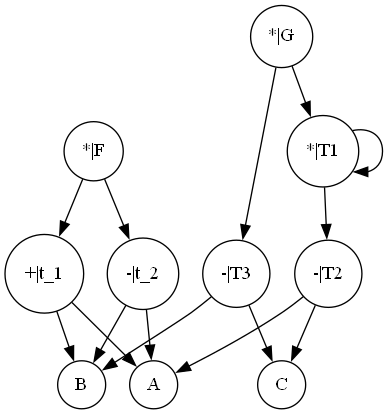
Above: DAG/visible.gv.png in hutao99/compiler (Graphviz), before the change. Its source is kept beside it as DAG/visible.gv.
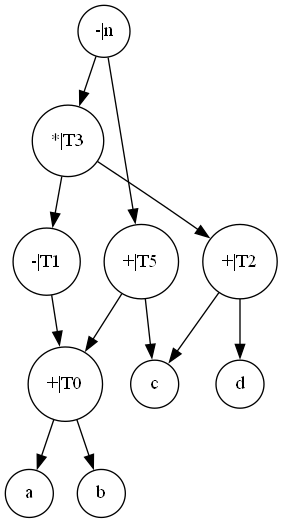
Above is the later version.

The edit, as a diff of the source:
```diff
@@ -1,27 +1,24 @@
 digraph "./DAG/visible" {
 	node [color=black shape=circle size="20,5"]
-	1 [label="+|t_1"]
-	2 [label=A]
-	3 [label=B]
-	4 [label="-|t_2"]
-	5 [label="*|F"]
-	6 [label="-|T2"]
-	7 [label=C]
-	8 [label="-|T3"]
-	9 [label="*|T1"]
-	10 [label="*|G"]
+	1 [label="+|T0"]
+	2 [label=a]
+	3 [label=b]
+	4 [label="-|T1"]
+	5 [label="+|T2"]
+	6 [label=c]
+	7 [label=d]
+	8 [label="*|T3"]
+	9 [label="+|T5"]
+	10 [label="-|n"]
 	1 -> 2
 	1 -> 3
-	4 -> 2
-	4 -> 3
-	5 -> 1
-	5 -> 4
-	6 -> 2
-	6 -> 7
-	8 -> 3
-	8 -> 7
-	9 -> 9
+	4 -> 1
+	5 -> 6
+	5 -> 7
+	8 -> 4
+	8 -> 5
+	9 -> 1
 	9 -> 6
+	10 -> 8
 	10 -> 9
-	10 -> 8
 }
```
